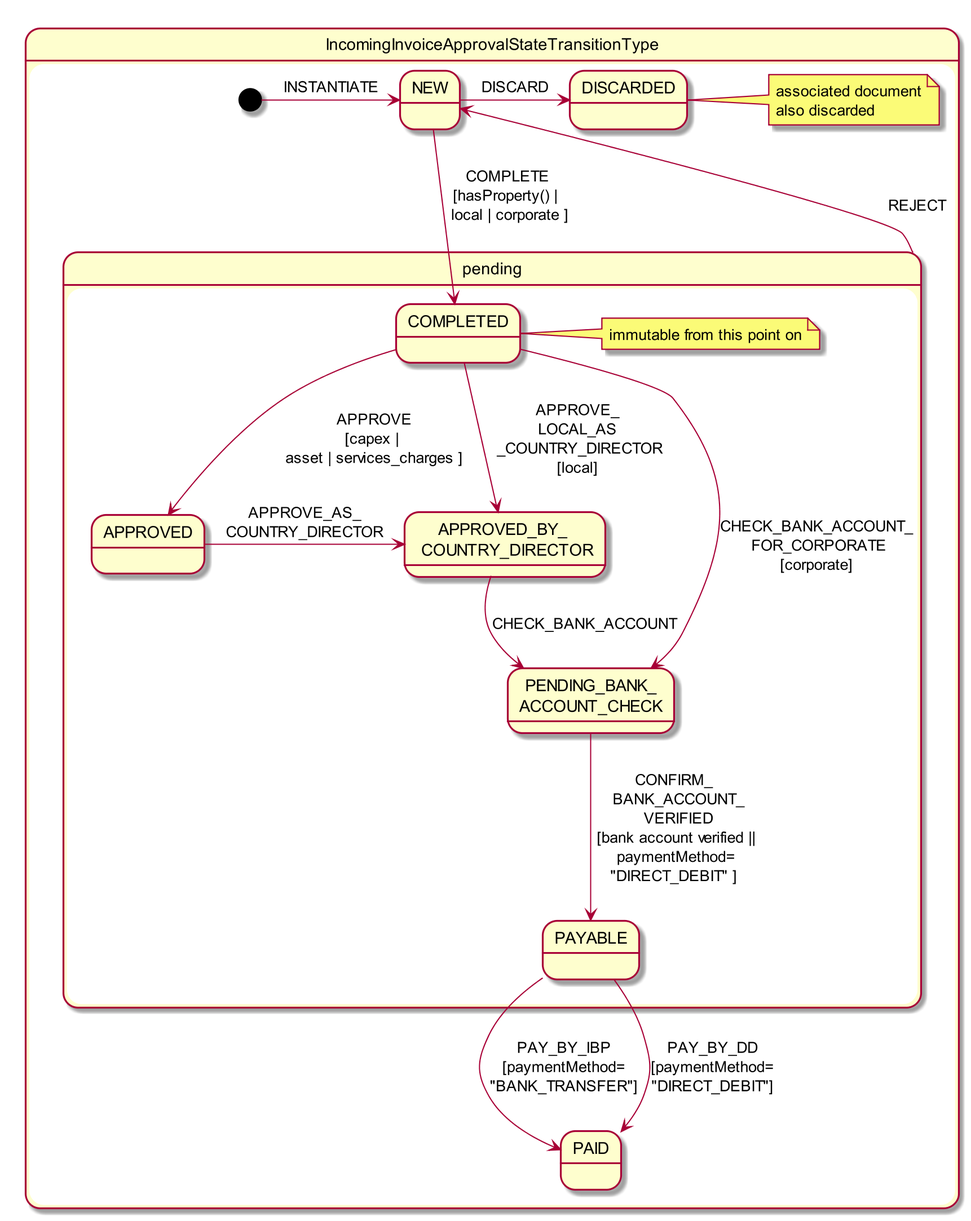
Earlier version of the PlantUML export adocs/documentation/src/main/asciidoc/incoming-invoice-approval-state-chart.png (estatio/estatio). Its diagram source:
```plantuml
@startuml
skinparam dpi 200

state "IncomingInvoiceApprovalStateTransitionType" as iia {

    state "NEW" as iia_new

    state "DISCARDED" as iia_discarded
    note right of iia_discarded: associated document\nalso discarded

    state "pending" as iia_pp {
        state "COMPLETED" as iia_completed
        note right of iia_completed: immutable from this point on

        state "APPROVED" as iia_a
        state "APPROVED_BY_ \n COUNTRY_DIRECTOR" as iia_abcd

        state "PENDING_BANK_\nACCOUNT_CHECK" as iia_pbac
        state "PAYABLE" as iia_payable
    }

    state "PAID" as iia_paid

    [*] -right-> iia_new: INSTANTIATE

    iia_new --> iia_completed : COMPLETE\n[hasProperty() | \n local | corporate ]
    iia_new -right-> iia_discarded : DISCARD

    iia_completed --> iia_a : APPROVE\n[capex | \nasset | services_charges ]

    iia_completed --> iia_abcd : APPROVE_\nLOCAL_AS\n _COUNTRY_DIRECTOR\n[local]
    iia_completed --> iia_pbac : CHECK_BANK_ACCOUNT_\n FOR_CORPORATE\n[corporate]

    iia_a -right-> iia_abcd : APPROVE_AS_\nCOUNTRY_DIRECTOR

    iia_abcd --> iia_pbac : CHECK_BANK_ACCOUNT

    iia_pp -up-> iia_new: \n  REJECT

    iia_pbac --> iia_payable : CONFIRM_\n  BANK_ACCOUNT_\n  VERIFIED\n [bank account verified ||\n paymentMethod=\n"DIRECT_DEBIT" ]
    iia_payable --> iia_paid: PAY_BY_IBP\n[paymentMethod=\n"BANK_TRANSFER"]
    iia_payable --> iia_paid: PAY_BY_DD\n[paymentMethod=\n"DIRECT_DEBIT"]

}
@enduml
```
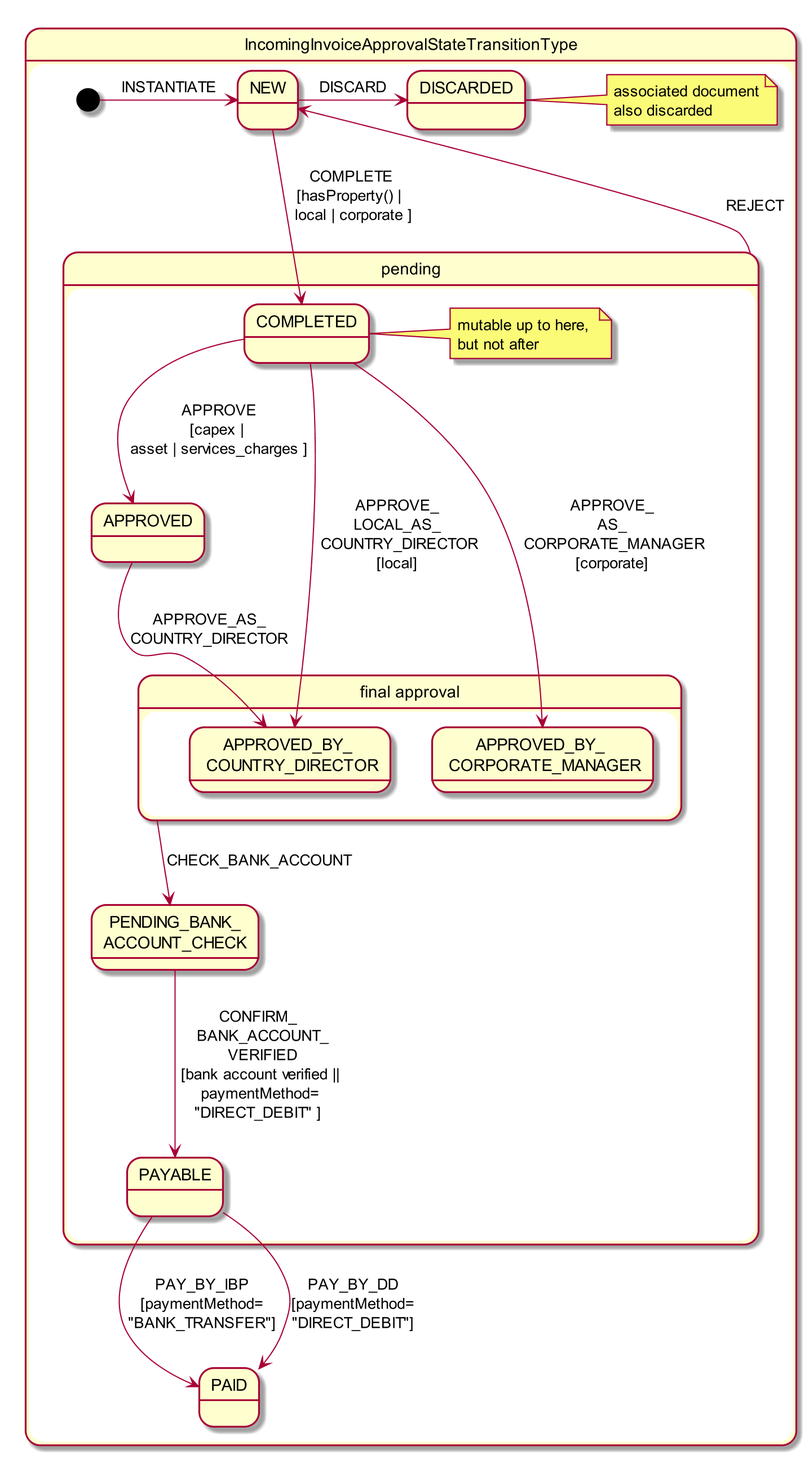
Above is the later version.

Commit message:
ECP-320: updates state charts for new APPROVED_BY_CORPORATE_MANAGER

What changed in the source:
```diff
@@ -10,10 +10,14 @@
 
     state "pending" as iia_pp {
         state "COMPLETED" as iia_completed
-        note right of iia_completed: immutable from this point on
+        note right of iia_completed: mutable up to here, \nbut not after
 
         state "APPROVED" as iia_a
-        state "APPROVED_BY_ \n COUNTRY_DIRECTOR" as iia_abcd
+
+        state "final approval" as iia_final {
+            state "APPROVED_BY_ \n COUNTRY_DIRECTOR" as iia_abcd
+            state "APPROVED_BY_ \n CORPORATE_MANAGER" as iia_abcm
+        }
 
         state "PENDING_BANK_\nACCOUNT_CHECK" as iia_pbac
         state "PAYABLE" as iia_payable
@@ -28,12 +32,12 @@
 
     iia_completed --> iia_a : APPROVE\n[capex | \nasset | services_charges ]
 
-    iia_completed --> iia_abcd : APPROVE_\nLOCAL_AS\n _COUNTRY_DIRECTOR\n[local]
-    iia_completed --> iia_pbac : CHECK_BANK_ACCOUNT_\n FOR_CORPORATE\n[corporate]
+    iia_completed --> iia_abcd : APPROVE_\nLOCAL_AS_\n COUNTRY_DIRECTOR\n[local]
+    iia_completed --> iia_abcm : APPROVE_\nAS_\n CORPORATE_MANAGER\n[corporate]
 
-    iia_a -right-> iia_abcd : APPROVE_AS_\nCOUNTRY_DIRECTOR
+    iia_a --> iia_abcd : APPROVE_AS_\nCOUNTRY_DIRECTOR
 
-    iia_abcd --> iia_pbac : CHECK_BANK_ACCOUNT
+    iia_final --> iia_pbac : CHECK_BANK_ACCOUNT
 
     iia_pp -up-> iia_new: \n  REJECT
 
```
